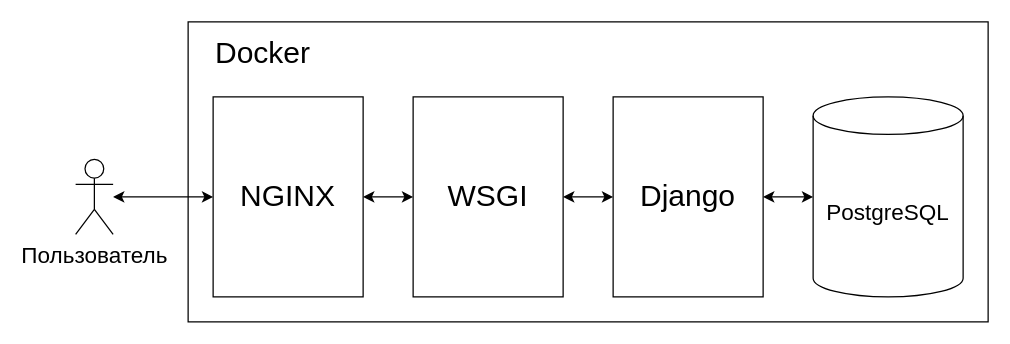
Earlier version of the draw.io diagram docs/deploy.drawio (uzernaem/pythonProject). Source tidied: cells renumbered, new cells numbered last; positions are measured from the earlier drawing's top-left corner, leaving out a move shared by most shapes. Both pictures are drawn from the tidied source at 125%, with x=0, y=0 at pixel (75, 21).
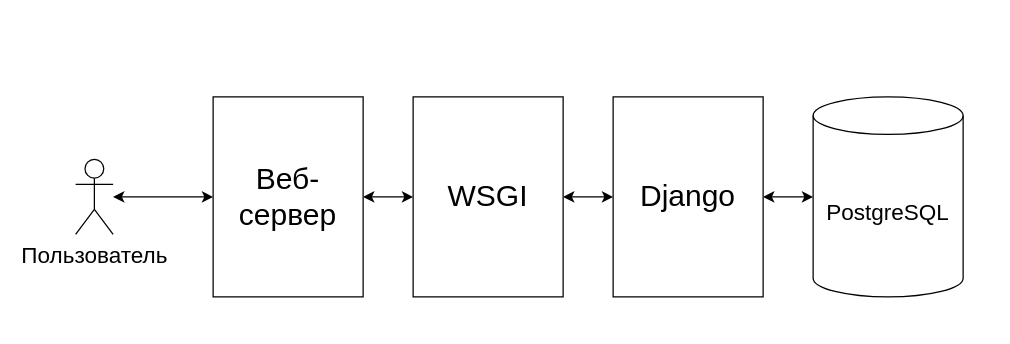
The same page after the edit.

What changed in the source:
```diff
@@
 <mxGraphModel>
   <root>
     <mxCell id="0" />
     <mxCell id="1" parent="0" />
-    <mxCell id="2" style="rounded=0;whiteSpace=wrap;html=1;fontSize=18;" parent="1" vertex="1">
-      <mxGeometry x="90" width="640" height="240" as="geometry" />
-    </mxCell>
-    <mxCell id="3" value="&lt;font style=&quot;font-size: 24px&quot;&gt;NGINX&lt;br&gt;&lt;/font&gt;" style="rounded=0;whiteSpace=wrap;html=1;" parent="1" vertex="1">
+    <mxCell id="3" value="&lt;font style=&quot;font-size: 24px&quot;&gt;Веб-сервер&lt;br&gt;&lt;/font&gt;" style="rounded=0;whiteSpace=wrap;html=1;" parent="1" vertex="1">
       <mxGeometry x="110" y="60" width="120" height="160" as="geometry" />
     </mxCell>
     <mxCell id="4" value="&lt;font style=&quot;font-size: 24px&quot;&gt;WSGI&lt;/font&gt;" style="rounded=0;whiteSpace=wrap;html=1;" parent="1" vertex="1">
       <mxGeometry x="270" y="60" width="120" height="160" as="geometry" />
     </mxCell>
     <mxCell id="5" value="&lt;font style=&quot;font-size: 24px&quot;&gt;Django&lt;/font&gt;" style="rounded=0;whiteSpace=wrap;html=1;" parent="1" vertex="1">
       <mxGeometry x="430" y="60" width="120" height="160" as="geometry" />
     </mxCell>
     <mxCell id="6" style="endArrow=classic;startArrow=classic;html=1;rounded=0;fontSize=18;entryX=0;entryY=0.5;entryDx=0;entryDy=0;exitX=1;exitY=0.5;exitDx=0;exitDy=0;" parent="1" edge="1" source="4" target="5">
       <mxGeometry relative="1" as="geometry" />
     </mxCell>
     <mxCell id="7" style="endArrow=classic;startArrow=classic;html=1;rounded=0;fontSize=18;entryX=0;entryY=0.5;entryDx=0;entryDy=0;exitX=1;exitY=0.5;exitDx=0;exitDy=0;" parent="1" edge="1" source="3" target="4">
       <mxGeometry relative="1" as="geometry" />
     </mxCell>
     <mxCell id="8" value="Пользователь" style="shape=umlActor;verticalLabelPosition=bottom;verticalAlign=top;html=1;outlineConnect=0;fontSize=18;" parent="1" vertex="1">
       <mxGeometry y="110" width="30" height="60" as="geometry" />
     </mxCell>
     <mxCell id="9" style="endArrow=classic;startArrow=classic;html=1;rounded=0;fontSize=18;entryX=0;entryY=0.5;entryDx=0;entryDy=0;" parent="1" edge="1" source="8" target="3">
       <mxGeometry relative="1" as="geometry" />
     </mxCell>
     <mxCell id="10" value="PostgreSQL" style="shape=cylinder3;whiteSpace=wrap;html=1;boundedLbl=1;backgroundOutline=1;size=15;fontSize=18;" parent="1" vertex="1">
       <mxGeometry x="590" y="60" width="120" height="160" as="geometry" />
     </mxCell>
     <mxCell id="11" style="endArrow=classic;startArrow=classic;html=1;rounded=0;fontSize=18;entryX=0;entryY=0.5;entryDx=0;entryDy=0;entryPerimeter=0;exitX=1;exitY=0.5;exitDx=0;exitDy=0;" parent="1" edge="1" source="5" target="10">
       <mxGeometry relative="1" as="geometry" />
     </mxCell>
-    <mxCell id="12" value="&lt;font style=&quot;font-size: 24px&quot;&gt;Docker&lt;/font&gt;" style="text;html=1;strokeColor=none;fillColor=none;align=center;verticalAlign=middle;whiteSpace=wrap;rounded=0;fontSize=18;" parent="1" vertex="1">
-      <mxGeometry x="120" y="10" width="60" height="30" as="geometry" />
-    </mxCell>
   </root>
 </mxGraphModel>
```
